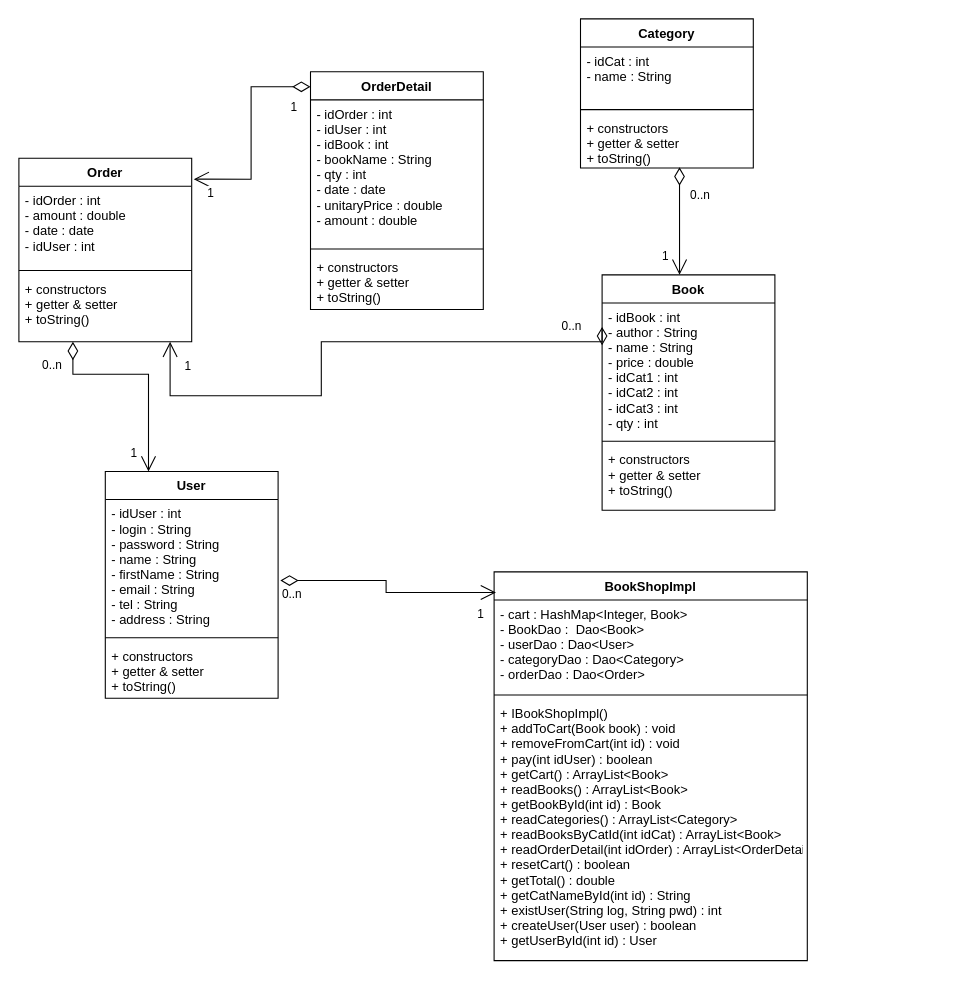
Before: page "class_diag" (2 of 6) of files/eval_sara_v3.drawio in Saralune/Eval_JSA_2022, a draw.io diagram. Source tidied: cells renumbered, new cells numbered last; positions are measured from the earlier drawing's top-left corner, leaving out a move shared by most shapes. Both pictures are drawn from the tidied source at 108%, with x=0, y=0 at pixel (18, 18).
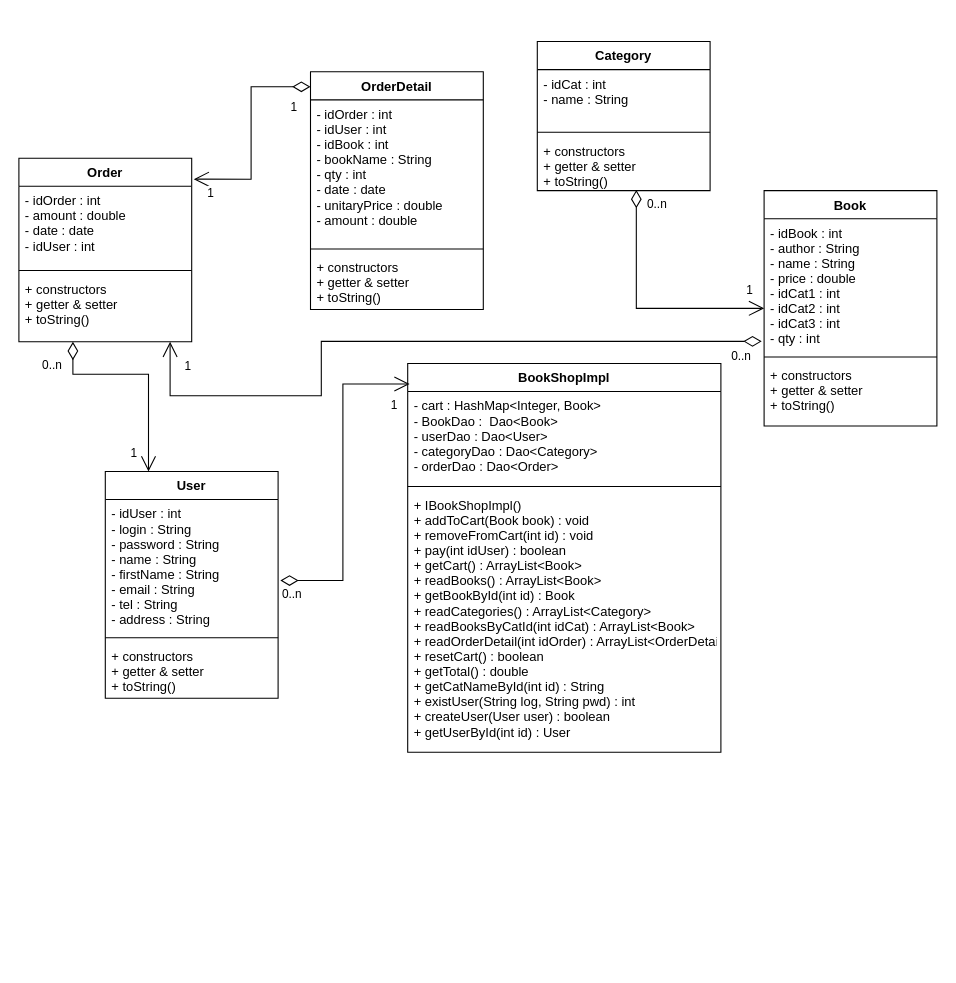
The same diagram, later.

Unchanged cells that the change refers to:
```xml
<mxCell id="7" value="- idBook : int&#10;- author : String&#10;- name : String&#10;- price : double&#10;- idCat1 : int&#10;- idCat2 : int&#10;- idCat3 : int&#10;- qty : int" style="text;strokeColor=none;fillColor=none;align=left;verticalAlign=top;spacingLeft=4;spacingRight=4;overflow=hidden;points=[[0,0.5],[1,0.5]];portConstraint=eastwest;" parent="6" vertex="1">
  <mxGeometry y="26" width="160" height="124" as="geometry" />
</mxCell>
<mxCell id="13" value="+ constructors&#10;+ getter &amp; setter&#10;+ toString()" style="text;strokeColor=none;fillColor=none;align=left;verticalAlign=top;spacingLeft=4;spacingRight=4;overflow=hidden;points=[[0,0.5],[1,0.5]];portConstraint=eastwest;" parent="10" vertex="1">
  <mxGeometry y="108" width="160" height="62" as="geometry" />
</mxCell>
<mxCell id="17" value="+ constructors&#10;+ getter &amp; setter&#10;+ toString()" style="text;strokeColor=none;fillColor=none;align=left;verticalAlign=top;spacingLeft=4;spacingRight=4;overflow=hidden;points=[[0,0.5],[1,0.5]];portConstraint=eastwest;" parent="14" vertex="1">
  <mxGeometry y="88" width="160" height="50" as="geometry" />
</mxCell>
```

What changed in the source:
```diff
@@
     <mxCell id="6" value="Book" style="swimlane;fontStyle=1;align=center;verticalAlign=top;horizontal=1;startSize=26;" parent="1" vertex="1">
-      <mxGeometry x="540" y="237" width="160" height="218" as="geometry" />
+      <mxGeometry x="690" y="159" width="160" height="218" as="geometry" />
     </mxCell>
@@
     <mxCell id="14" value="Category" style="swimlane;fontStyle=1;align=center;verticalAlign=top;horizontal=1;startSize=26;" parent="1" vertex="1">
-      <mxGeometry x="520" width="160" height="138" as="geometry" />
+      <mxGeometry x="480" y="21" width="160" height="138" as="geometry" />
     </mxCell>
@@
     <mxCell id="18" value="BookShopImpl" style="swimlane;fontStyle=1;align=center;verticalAlign=top;horizontal=1;startSize=26;" parent="1" vertex="1">
-      <mxGeometry x="440" y="512" width="290" height="360" as="geometry" />
+      <mxGeometry x="360" y="319" width="290" height="360" as="geometry" />
     </mxCell>
@@
     <mxCell id="35" style="endArrow=open;html=1;endSize=12;startArrow=diamondThin;startSize=14;startFill=0;edgeStyle=orthogonalEdgeStyle;rounded=0;exitX=0.573;exitY=0.988;exitDx=0;exitDy=0;exitPerimeter=0;" parent="1" edge="1" source="17" target="6">
       <mxGeometry relative="1" as="geometry">
         <Array as="points">
-          <mxPoint x="612" y="179" />
-          <mxPoint x="612" y="179" />
+          <mxPoint x="572" y="268" />
         </Array>
       </mxGeometry>
     </mxCell>
     <mxCell id="36" value="0..n" style="edgeLabel;html=1;align=left;verticalAlign=top;" parent="35" vertex="1">
       <mxGeometry x="-1" relative="1" as="geometry">
-        <mxPoint x="8" y="13" as="offset" />
+        <mxPoint x="8" y="1" as="offset" />
       </mxGeometry>
     </mxCell>
@@
-    <mxCell id="38" style="endArrow=open;html=1;endSize=12;startArrow=diamondThin;startSize=14;startFill=0;edgeStyle=orthogonalEdgeStyle;rounded=0;entryX=0.875;entryY=1;entryDx=0;entryDy=0;entryPerimeter=0;exitX=0;exitY=0.316;exitDx=0;exitDy=0;exitPerimeter=0;" parent="1" edge="1" source="7" target="13">
+    <mxCell id="38" style="endArrow=open;html=1;endSize=12;startArrow=diamondThin;startSize=14;startFill=0;edgeStyle=orthogonalEdgeStyle;rounded=0;entryX=0.875;entryY=1;entryDx=0;entryDy=0;entryPerimeter=0;exitX=-0.014;exitY=0.916;exitDx=0;exitDy=0;exitPerimeter=0;" parent="1" edge="1" source="7" target="13">
       <mxGeometry x="-0.03" y="139" relative="1" as="geometry">
         <Array as="points">
           <mxPoint x="280" y="299" />
           <mxPoint x="280" y="349" />
           <mxPoint x="140" y="349" />
         </Array>
         <mxPoint x="139" y="-139" as="offset" />
       </mxGeometry>
     </mxCell>
     <mxCell id="39" value="0..n" style="edgeLabel;html=1;align=left;verticalAlign=top;" parent="38" vertex="1">
       <mxGeometry x="-1" relative="1" as="geometry">
-        <mxPoint x="-39" y="-30" as="offset" />
+        <mxPoint x="-30" as="offset" />
       </mxGeometry>
     </mxCell>
```
